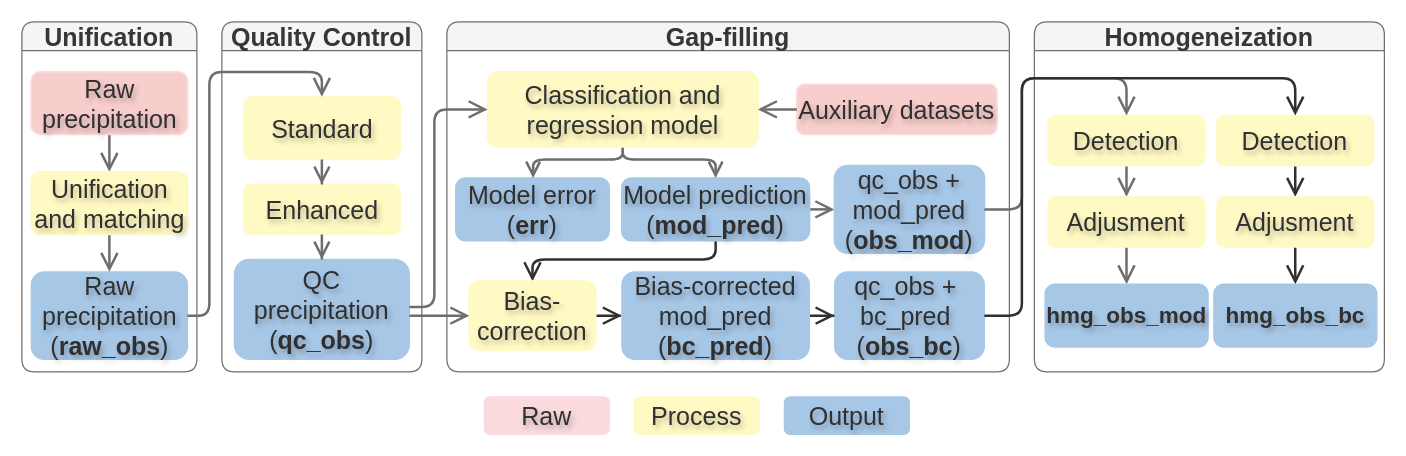
Above: obs-prec-sa.drawio in adrHuerta/diagrams (draw.io), before the change. Source tidied: cells renumbered, new cells numbered last; positions are measured from the earlier drawing's top-left corner, leaving out a move shared by most shapes. Both pictures are drawn from the tidied source at 125%, with x=0, y=0 at pixel (21, 21).
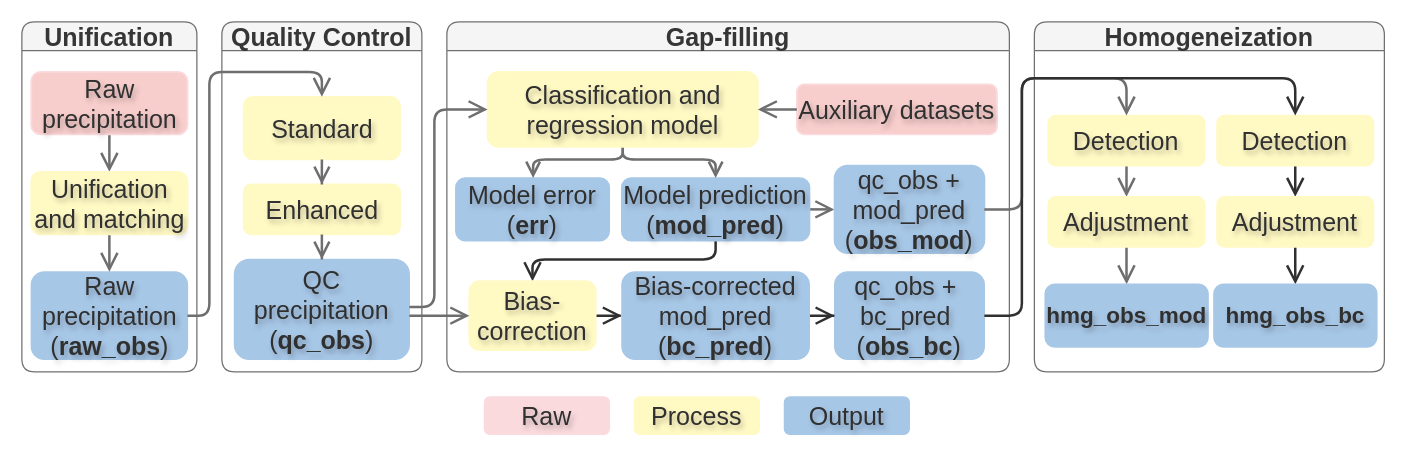
The same diagram, later.

The change refers to these unchanged cells:
```xml
<mxCell id="18" value="&lt;font style=&quot;font-size: 20px;&quot;&gt;Homogeneization&lt;/font&gt;" style="swimlane;whiteSpace=wrap;html=1;labelBackgroundColor=none;rounded=1;fillColor=#f5f5f5;strokeColor=#707070;fontColor=#363636;fontSize=20;verticalAlign=middle;align=center;labelBorderColor=none;textShadow=0;" parent="1" vertex="1">
  <mxGeometry x="810" width="280" height="280" as="geometry" />
</mxCell>
```

Change to the diagram source:
```diff
@@
-    <mxCell id="24" value="&lt;font style=&quot;font-size: 20px;&quot;&gt;Adjusment&lt;/font&gt;" style="rounded=1;html=1;labelBackgroundColor=none;fillColor=#FFF9C4;strokeColor=#FFF9C4;fontSize=20;fontColor=#303030;textShadow=1;labelBorderColor=none;strokeWidth=1.5;verticalAlign=middle;align=center;whiteSpace=wrap;" parent="18" vertex="1">
+    <mxCell id="24" value="&lt;font style=&quot;font-size: 20px;&quot;&gt;Adjustment&lt;/font&gt;" style="rounded=1;html=1;labelBackgroundColor=none;fillColor=#FFF9C4;strokeColor=#FFF9C4;fontSize=20;fontColor=#303030;textShadow=1;labelBorderColor=none;strokeWidth=1.5;verticalAlign=middle;align=center;whiteSpace=wrap;" parent="18" vertex="1">
       <mxGeometry x="11.2" y="140" width="125" height="40" as="geometry" />
     </mxCell>
@@
-    <mxCell id="26" value="&lt;font style=&quot;font-size: 20px;&quot;&gt;Adjusment&lt;/font&gt;" style="rounded=1;html=1;labelBackgroundColor=none;fillColor=#FFF9C4;strokeColor=#FFF9C4;fontSize=20;fontColor=#303030;textShadow=1;labelBorderColor=none;strokeWidth=1.5;verticalAlign=middle;align=center;whiteSpace=wrap;" parent="18" vertex="1">
+    <mxCell id="26" value="&lt;font style=&quot;font-size: 20px;&quot;&gt;Adjustment&lt;/font&gt;" style="rounded=1;html=1;labelBackgroundColor=none;fillColor=#FFF9C4;strokeColor=#FFF9C4;fontSize=20;fontColor=#303030;textShadow=1;labelBorderColor=none;strokeWidth=1.5;verticalAlign=middle;align=center;whiteSpace=wrap;" parent="18" vertex="1">
       <mxGeometry x="146.2" y="140" width="125" height="40" as="geometry" />
     </mxCell>
```
